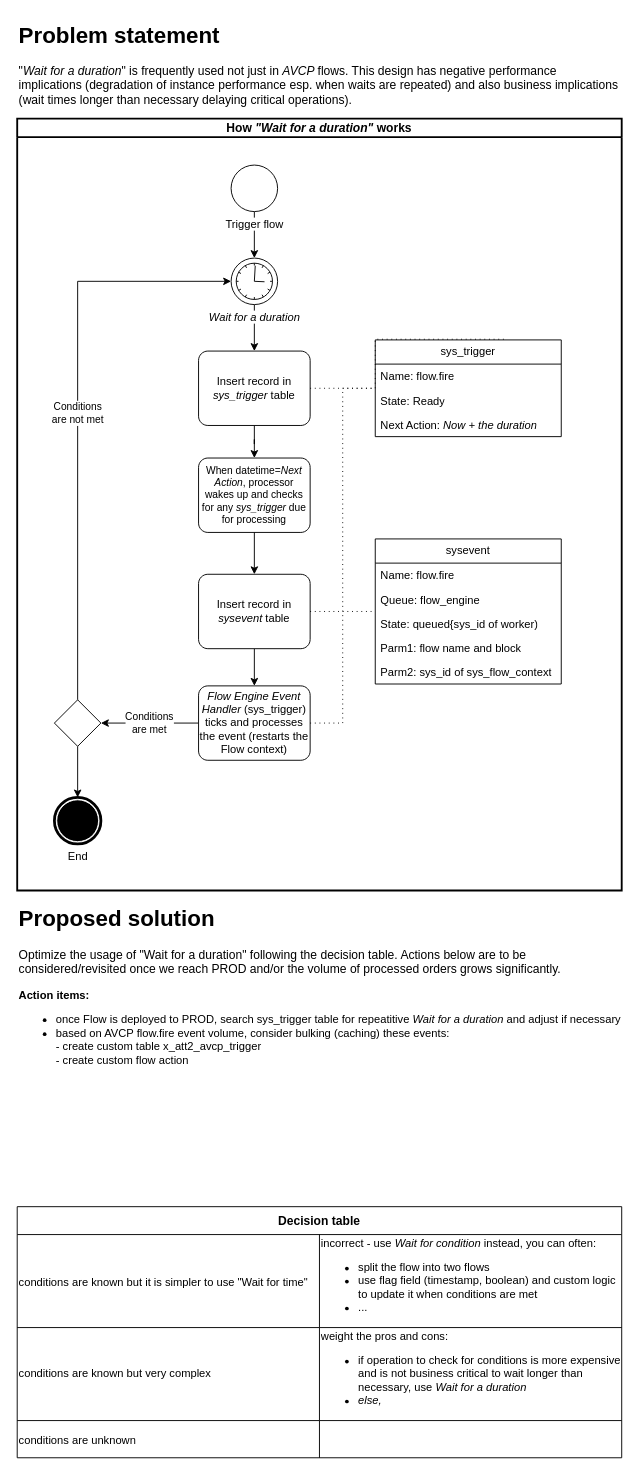
Earlier version of the draw.io diagram wait for.drawio (ceskie/CCW1856). Source tidied: cells renumbered, new cells numbered last; positions are measured from the earlier drawing's top-left corner, leaving out a move shared by most shapes. Both pictures are drawn from the tidied source at 93%, with x=0, y=0 at pixel (17, 16).
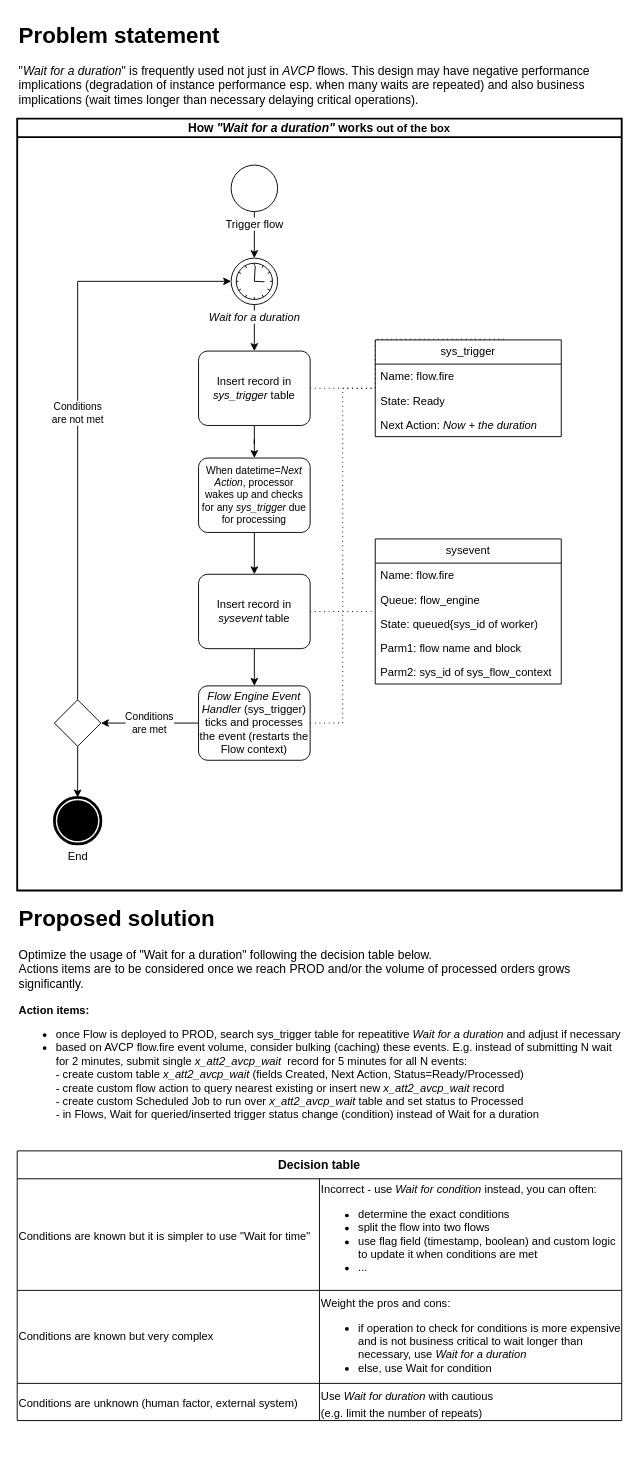
The same page after the edit.

The edit, as a diff of the source:
```diff
@@
-    <mxCell id="2" value="&lt;h1 style=&quot;margin-top: 0px;&quot;&gt;Problem statement&lt;br&gt;&lt;/h1&gt;&lt;p style=&quot;font-size: 13px;&quot;&gt;&quot;&lt;i&gt;Wait for a duration&lt;/i&gt;&quot; is frequently used not just in &lt;i&gt;AVCP &lt;/i&gt;flows. This design has negative performance implications (degradation of instance performance esp. when waits are repeated) and also business implications (wait times longer than necessary delaying critical operations).&lt;br&gt;&lt;/p&gt;" style="text;html=1;whiteSpace=wrap;overflow=hidden;rounded=0;" parent="1" vertex="1">
+    <mxCell id="2" value="&lt;h1 style=&quot;margin-top: 0px;&quot;&gt;Problem statement&lt;br&gt;&lt;/h1&gt;&lt;p style=&quot;font-size: 13px;&quot;&gt;&quot;&lt;i&gt;Wait for a duration&lt;/i&gt;&quot; is frequently used not just in &lt;i&gt;AVCP &lt;/i&gt;flows. This design may have negative performance implications (degradation of instance performance esp. when many waits are repeated) and also business implications (wait times longer than necessary delaying critical operations).&lt;br&gt;&lt;/p&gt;" style="text;html=1;whiteSpace=wrap;overflow=hidden;rounded=0;" parent="1" vertex="1">
       <mxGeometry width="650" height="100" as="geometry" />
     </mxCell>
     <mxCell id="3" value="Decision table" style="shape=table;startSize=30;childLayout=tableLayout;strokeColor=default;fontSize=13;fontStyle=1;" parent="1" vertex="1">
-      <mxGeometry y="1280" width="650" height="270" as="geometry" />
+      <mxGeometry y="1220" width="650" height="290" as="geometry" />
     </mxCell>
     <mxCell id="4" style="shape=tableRow;horizontal=0;startSize=0;swimlaneHead=0;swimlaneBody=0;strokeColor=inherit;top=0;left=0;bottom=0;right=0;fillColor=none;fontSize=16;" parent="3" vertex="1">
-      <mxGeometry y="30" width="650" height="100" as="geometry" />
+      <mxGeometry y="30" width="650" height="120" as="geometry" />
     </mxCell>
-    <mxCell id="5" value="&lt;div align=&quot;left&quot;&gt;&lt;font style=&quot;font-size: 12px;&quot;&gt;conditions are known but it is simpler to use &quot;Wait for time&quot;&lt;/font&gt;&lt;/div&gt;" style="shape=partialRectangle;html=1;whiteSpace=wrap;strokeColor=inherit;overflow=hidden;fillColor=none;top=0;left=0;bottom=0;right=0;fontSize=16;align=left;" parent="4" vertex="1">
-      <mxGeometry width="325" height="100" as="geometry" />
+    <mxCell id="5" value="&lt;div align=&quot;left&quot;&gt;&lt;font style=&quot;font-size: 12px;&quot;&gt;Conditions are known but it is simpler to use &quot;Wait for time&quot;&lt;/font&gt;&lt;/div&gt;" style="shape=partialRectangle;html=1;whiteSpace=wrap;strokeColor=inherit;overflow=hidden;fillColor=none;top=0;left=0;bottom=0;right=0;fontSize=16;align=left;" parent="4" vertex="1">
+      <mxGeometry width="325" height="120" as="geometry" />
     </mxCell>
-    <mxCell id="6" value="&lt;div style=&quot;font-size: 12px;&quot; align=&quot;left&quot;&gt;&lt;font style=&quot;font-size: 12px;&quot;&gt;incorrect - use&lt;i&gt; Wait for condition&lt;/i&gt; instead, you can often:&lt;br&gt;&lt;/font&gt;&lt;/div&gt;&lt;div style=&quot;font-size: 12px;&quot; align=&quot;left&quot;&gt;&lt;ul&gt;&lt;li&gt;&lt;font style=&quot;font-size: 12px;&quot;&gt;split the flow into two flows&lt;/font&gt;&lt;/li&gt;&lt;li&gt;&lt;font style=&quot;font-size: 12px;&quot;&gt;use flag field (timestamp, boolean) and custom logic to update it when conditions are met&lt;/font&gt;&lt;/li&gt;&lt;li&gt;&lt;font style=&quot;font-size: 12px;&quot;&gt;...&lt;br&gt;&lt;/font&gt;&lt;/li&gt;&lt;/ul&gt;&lt;/div&gt;" style="shape=partialRectangle;html=1;whiteSpace=wrap;strokeColor=inherit;overflow=hidden;fillColor=none;top=0;left=0;bottom=0;right=0;fontSize=16;align=left;" parent="4" vertex="1">
-      <mxGeometry x="325" width="325" height="100" as="geometry" />
+    <mxCell id="6" value="&lt;div style=&quot;font-size: 12px;&quot; align=&quot;left&quot;&gt;&lt;font style=&quot;font-size: 12px;&quot;&gt;Incorrect - use&lt;i&gt; Wait for condition&lt;/i&gt; instead, you can often:&lt;br&gt;&lt;/font&gt;&lt;/div&gt;&lt;div style=&quot;font-size: 12px;&quot; align=&quot;left&quot;&gt;&lt;ul&gt;&lt;li&gt;determine the exact conditions &lt;br&gt;&lt;/li&gt;&lt;li&gt;&lt;font style=&quot;font-size: 12px;&quot;&gt;split the flow into two flows&lt;br&gt;&lt;/font&gt;&lt;/li&gt;&lt;li&gt;&lt;font style=&quot;font-size: 12px;&quot;&gt;use flag field (timestamp, boolean) and custom logic to update it when conditions are met&lt;/font&gt;&lt;/li&gt;&lt;li&gt;&lt;font style=&quot;font-size: 12px;&quot;&gt;...&lt;br&gt;&lt;/font&gt;&lt;/li&gt;&lt;/ul&gt;&lt;/div&gt;" style="shape=partialRectangle;html=1;whiteSpace=wrap;strokeColor=inherit;overflow=hidden;fillColor=none;top=0;left=0;bottom=0;right=0;fontSize=16;align=left;" parent="4" vertex="1">
+      <mxGeometry x="325" width="325" height="120" as="geometry" />
     </mxCell>
     <mxCell id="7" style="shape=tableRow;horizontal=0;startSize=0;swimlaneHead=0;swimlaneBody=0;strokeColor=inherit;top=0;left=0;bottom=0;right=0;fillColor=none;fontSize=12;" parent="3" vertex="1">
-      <mxGeometry y="130" width="650" height="100" as="geometry" />
+      <mxGeometry y="150" width="650" height="100" as="geometry" />
     </mxCell>
-    <mxCell id="8" value="&lt;div style=&quot;font-size: 12px;&quot; align=&quot;left&quot;&gt;&lt;font style=&quot;font-size: 12px;&quot;&gt;conditions are known but very complex&lt;br&gt;&lt;/font&gt;&lt;/div&gt;" style="shape=partialRectangle;html=1;whiteSpace=wrap;strokeColor=inherit;overflow=hidden;fillColor=none;top=0;left=0;bottom=0;right=0;fontSize=16;align=left;" parent="7" vertex="1">
+    <mxCell id="8" value="&lt;div style=&quot;font-size: 12px;&quot; align=&quot;left&quot;&gt;&lt;font style=&quot;font-size: 12px;&quot;&gt;Conditions are known but very complex&lt;br&gt;&lt;/font&gt;&lt;/div&gt;" style="shape=partialRectangle;html=1;whiteSpace=wrap;strokeColor=inherit;overflow=hidden;fillColor=none;top=0;left=0;bottom=0;right=0;fontSize=16;align=left;" parent="7" vertex="1">
       <mxGeometry width="325" height="100" as="geometry" />
     </mxCell>
-    <mxCell id="9" value="&lt;div style=&quot;font-size: 12px;&quot; align=&quot;left&quot;&gt;&lt;font style=&quot;font-size: 12px;&quot;&gt;weight the pros and cons:&lt;/font&gt;&lt;/div&gt;&lt;div style=&quot;font-size: 12px;&quot; align=&quot;left&quot;&gt;&lt;ul&gt;&lt;li&gt;&lt;font style=&quot;font-size: 12px;&quot;&gt;if operation to check for conditions is more expensive and is not business critical to wait longer than necessary, use &lt;i&gt;Wait for a duration&lt;/i&gt;&lt;/font&gt;&lt;/li&gt;&lt;li&gt;&lt;font style=&quot;font-size: 12px;&quot;&gt;&lt;i&gt;else, &lt;br&gt;&lt;/i&gt;&lt;/font&gt;&lt;/li&gt;&lt;/ul&gt;&lt;/div&gt;" style="shape=partialRectangle;html=1;whiteSpace=wrap;strokeColor=inherit;overflow=hidden;fillColor=none;top=0;left=0;bottom=0;right=0;fontSize=16;align=left;" parent="7" vertex="1">
+    <mxCell id="9" value="&lt;font style=&quot;font-size: 12px;&quot;&gt;Weight the pros and cons:&lt;/font&gt;&lt;div style=&quot;font-size: 12px;&quot; align=&quot;left&quot;&gt;&lt;ul&gt;&lt;li&gt;&lt;font style=&quot;font-size: 12px;&quot;&gt;if operation to check for conditions is more expensive and is not business critical to wait longer than necessary, use &lt;i&gt;Wait for a duration&lt;/i&gt;&lt;/font&gt;&lt;/li&gt;&lt;li&gt;&lt;font style=&quot;font-size: 12px;&quot;&gt;else, use Wait for condition&lt;i&gt;&lt;br&gt;&lt;/i&gt;&lt;/font&gt;&lt;/li&gt;&lt;/ul&gt;&lt;/div&gt;" style="shape=partialRectangle;html=1;whiteSpace=wrap;strokeColor=inherit;overflow=hidden;fillColor=none;top=0;left=0;bottom=0;right=0;fontSize=16;align=left;" parent="7" vertex="1">
       <mxGeometry x="325" width="325" height="100" as="geometry" />
     </mxCell>
     <mxCell id="10" style="shape=tableRow;horizontal=0;startSize=0;swimlaneHead=0;swimlaneBody=0;strokeColor=inherit;top=0;left=0;bottom=0;right=0;fillColor=none;fontSize=16;" parent="3" vertex="1">
-      <mxGeometry y="230" width="650" height="40" as="geometry" />
+      <mxGeometry y="250" width="650" height="40" as="geometry" />
     </mxCell>
-    <mxCell id="11" value="&lt;div align=&quot;left&quot;&gt;&lt;font style=&quot;font-size: 12px;&quot;&gt;conditions are unknown&lt;/font&gt;&lt;br&gt;&lt;/div&gt;" style="shape=partialRectangle;html=1;whiteSpace=wrap;strokeColor=inherit;overflow=hidden;fillColor=none;top=0;left=0;bottom=0;right=0;fontSize=16;align=left;" parent="10" vertex="1">
+    <mxCell id="11" value="&lt;div align=&quot;left&quot;&gt;&lt;font style=&quot;font-size: 12px;&quot;&gt;Conditions are unknown (human factor, external system)&lt;br&gt;&lt;/font&gt;&lt;/div&gt;" style="shape=partialRectangle;html=1;whiteSpace=wrap;strokeColor=inherit;overflow=hidden;fillColor=none;top=0;left=0;bottom=0;right=0;fontSize=16;align=left;" parent="10" vertex="1">
       <mxGeometry width="325" height="40" as="geometry" />
     </mxCell>
-    <mxCell id="12" style="shape=partialRectangle;html=1;whiteSpace=wrap;strokeColor=inherit;overflow=hidden;fillColor=none;top=0;left=0;bottom=0;right=0;fontSize=16;" parent="10" vertex="1">
+    <mxCell id="12" value="&lt;div align=&quot;left&quot;&gt;&lt;font style=&quot;font-size: 12px;&quot;&gt;Use &lt;i&gt;Wait for duration&lt;/i&gt; with cautious&lt;/font&gt;&lt;br&gt;&lt;font style=&quot;font-size: 12px;&quot;&gt; (e.g. limit the number of repeats)&lt;/font&gt;&lt;br&gt;&lt;/div&gt;" style="shape=partialRectangle;html=1;whiteSpace=wrap;strokeColor=inherit;overflow=hidden;fillColor=none;top=0;left=0;bottom=0;right=0;fontSize=16;align=left;" parent="10" vertex="1">
       <mxGeometry x="325" width="325" height="40" as="geometry" />
     </mxCell>
-    <mxCell id="13" value="&lt;b&gt;&lt;font style=&quot;font-size: 13px;&quot;&gt;How &lt;i&gt;&quot;Wait for a duration&quot;&lt;/i&gt; works&lt;/font&gt;&lt;/b&gt;" style="swimlane;html=1;startSize=20;fontStyle=0;horizontal=1;swimlaneLine=1;strokeWidth=2;swimlaneFillColor=#ffffff;whiteSpace=wrap;" parent="1" vertex="1">
+    <mxCell id="13" value="&lt;b&gt;&lt;font style=&quot;font-size: 13px;&quot;&gt;How &lt;i&gt;&quot;Wait for a duration&quot;&lt;/i&gt; works&lt;/font&gt; out of the box&lt;br&gt;&lt;/b&gt;" style="swimlane;html=1;startSize=20;fontStyle=0;horizontal=1;swimlaneLine=1;strokeWidth=2;swimlaneFillColor=#ffffff;whiteSpace=wrap;" parent="1" vertex="1">
       <mxGeometry y="110" width="650" height="830" as="geometry" />
     </mxCell>
@@
-    <mxCell id="43" value="&lt;h1 style=&quot;margin-top: 0px;&quot;&gt;Proposed solution&lt;br&gt;&lt;/h1&gt;&lt;p style=&quot;font-size: 13px;&quot;&gt;Optimize the usage of &quot;Wait for a duration&quot; following the decision table. Actions below are to be considered/revisited once we reach PROD and/or the volume of processed orders grows significantly.&lt;br&gt;&lt;/p&gt;&lt;div&gt;&lt;b&gt;Action items:&lt;/b&gt;&lt;/div&gt;&lt;div&gt;&lt;ul&gt;&lt;li&gt;once Flow is deployed to PROD, search sys_trigger table for repeatitive &lt;i&gt;Wait for a duration&lt;/i&gt; and adjust if necessary&lt;/li&gt;&lt;li&gt;based on AVCP flow.fire event volume, consider bulking (caching) these events:&lt;br&gt;- create custom table x_att2_avcp_trigger&lt;br&gt;- create custom flow action&lt;br&gt;&lt;/li&gt;&lt;/ul&gt;&lt;/div&gt;" style="text;html=1;whiteSpace=wrap;overflow=hidden;rounded=0;" parent="1" vertex="1">
-      <mxGeometry y="950" width="650" height="230" as="geometry" />
+    <mxCell id="43" value="&lt;h1 style=&quot;margin-top: 0px;&quot;&gt;Proposed solution&lt;br&gt;&lt;/h1&gt;&lt;p style=&quot;font-size: 13px;&quot;&gt;Optimize the usage of &quot;Wait for a duration&quot; following the decision table below.&lt;br&gt;Actions items are to be considered once we reach PROD and/or the volume of processed orders grows significantly.&lt;br&gt;&lt;/p&gt;&lt;div&gt;&lt;b&gt;Action items:&lt;/b&gt;&lt;/div&gt;&lt;div&gt;&lt;ul&gt;&lt;li&gt;once Flow is deployed to PROD, search sys_trigger table for repeatitive &lt;i&gt;Wait for a duration&lt;/i&gt; and adjust if necessary&lt;/li&gt;&lt;li&gt;based on AVCP flow.fire event volume, consider bulking (caching) these events. E.g. instead of submitting N wait for 2 minutes, submit single &lt;i&gt;x_att2_avcp_wait&amp;nbsp; &lt;/i&gt;record for 5 minutes for all N events:&lt;br&gt;- create custom table &lt;i&gt;x_att2_avcp_wait &lt;/i&gt;(fields Created, Next Action, Status=Ready/Processed)&lt;br&gt;- create custom flow action to query nearest existing or insert new &lt;i&gt;x_att2_avcp_wait &lt;/i&gt;record&lt;br&gt;- create custom Scheduled Job to run over &lt;i&gt;x_att2_avcp_wait &lt;/i&gt;table and set status to Processed &lt;i&gt;&lt;br&gt;- &lt;/i&gt;in Flows, Wait for queried/inserted trigger status change&lt;i&gt; &lt;/i&gt;(condition) instead of Wait for a duration&lt;i&gt;&lt;br&gt;&lt;/i&gt;&lt;/li&gt;&lt;/ul&gt;&lt;/div&gt;" style="text;html=1;whiteSpace=wrap;overflow=hidden;rounded=0;" parent="1" vertex="1">
+      <mxGeometry y="950" width="650" height="260" as="geometry" />
     </mxCell>
```
